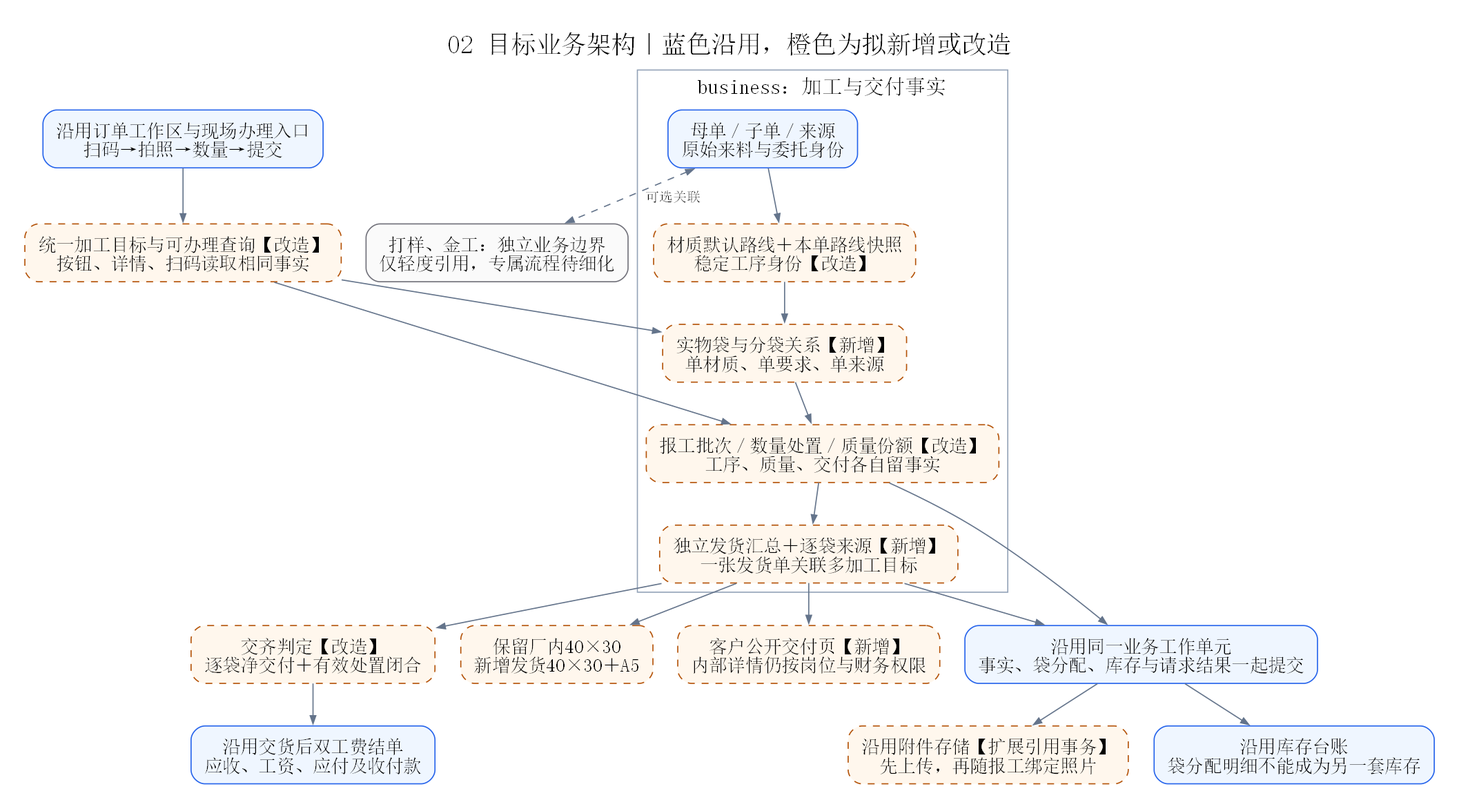
Above: docs/diagrams/system-review/02-target-architecture.png in sxliuchen-hash/zhubao-ERP (Graphviz), before the change. Its source is kept beside it as docs/diagrams/system-review/02-target-architecture.dot.
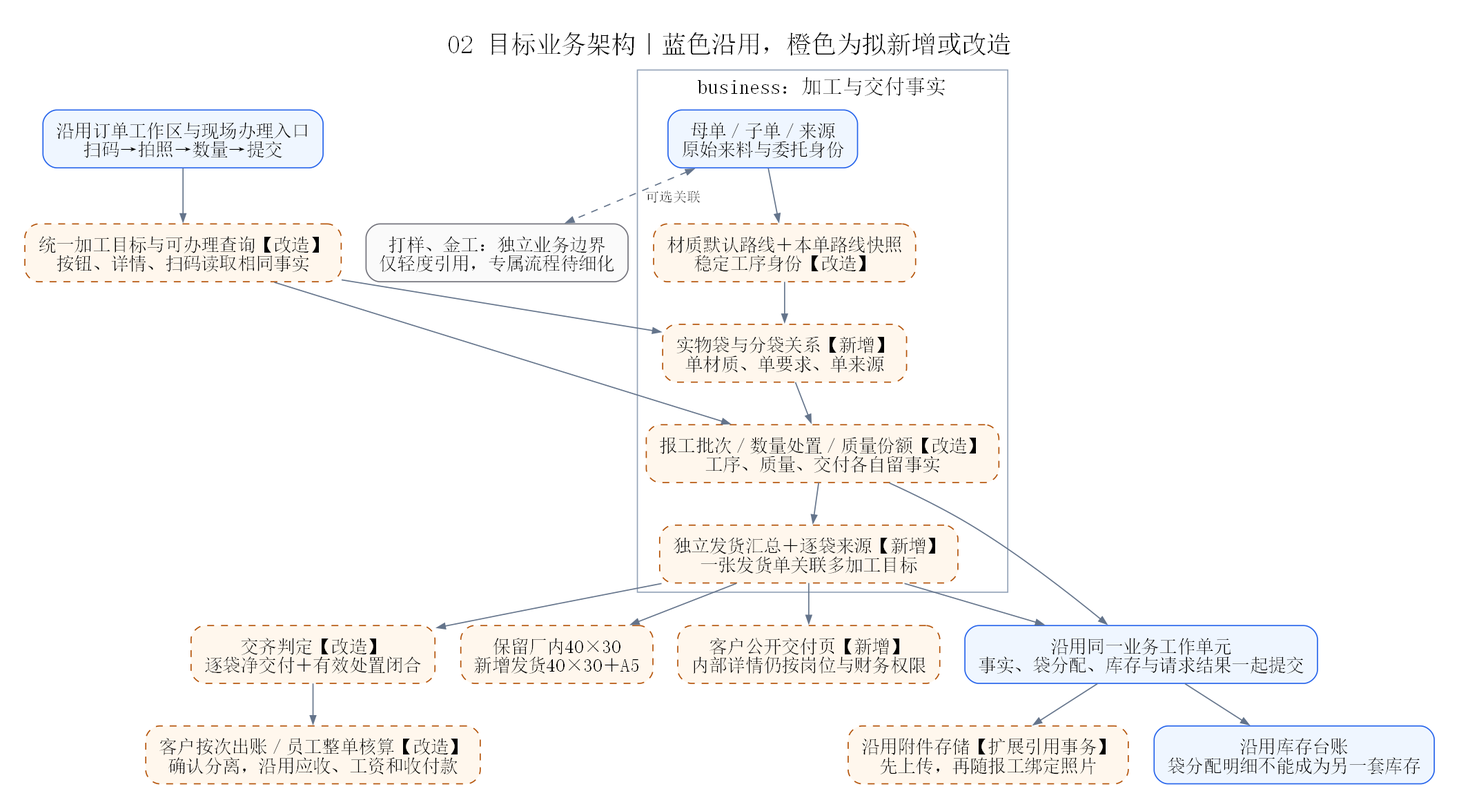
After the commit.

Change to the diagram source:
```diff
@@ -19,7 +19,7 @@
   stock [label="沿用库存台账\n袋分配明细不能成为另一套库存"];
   doc [label="沿用附件存储【扩展引用事务】\n先上传，再随报工绑定照片",color="#b45309",fillcolor="#fff7ed",style="rounded,filled,dashed"];
   delivery [label="交齐判定【改造】\n逐袋净交付＋有效处置闭合",color="#b45309",fillcolor="#fff7ed",style="rounded,filled,dashed"];
-  money [label="沿用交货后双工费结单\n应收、工资、应付及收付款"];
+  money [label="客户按次出账／员工整单核算【改造】\n确认分离，沿用应收、工资和收付款",color="#b45309",fillcolor="#fff7ed",style="rounded,filled,dashed"];
   print [label="保留厂内40×30\n新增发货40×30＋A5",color="#b45309",fillcolor="#fff7ed",style="rounded,filled,dashed"];
   public [label="客户公开交付页【新增】\n内部详情仍按岗位与财务权限",color="#b45309",fillcolor="#fff7ed",style="rounded,filled,dashed"];
   unit -> stock; unit -> doc;
```
